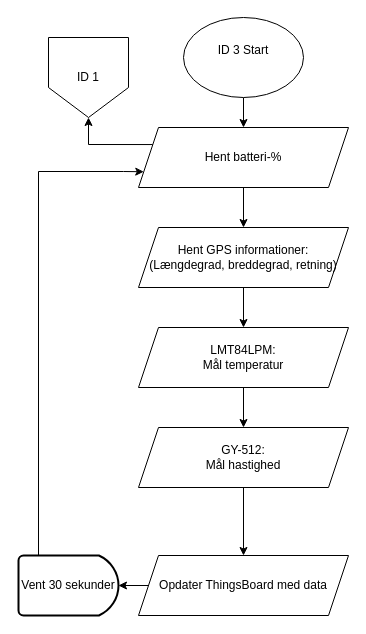
Earlier version of the draw.io diagram ID 03, P1/ID3 V1 Data til Thingsboard.drawio (KEA-E24-B9-IOT1/E24-B9-IoT1). Source tidied: cells renumbered, new cells numbered last; positions are measured from the earlier drawing's top-left corner, leaving out a move shared by most shapes. Both pictures are drawn from the tidied source at 100%, with x=0, y=0 at pixel (18, 17).
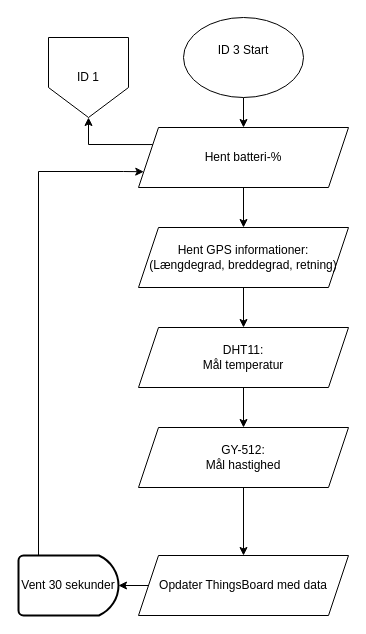
The same page after the edit.

Commit message:
Opdateret temperatursensor

What changed in the source:
```diff
@@
 <mxGraphModel>
   <root>
     <mxCell id="0" />
     <mxCell id="1" parent="0" />
     <mxCell id="2" style="edgeStyle=orthogonalEdgeStyle;rounded=0;jettySize=auto;html=1;" parent="1" edge="1" source="3" target="5">
       <mxGeometry relative="1" as="geometry" />
     </mxCell>
     <mxCell id="3" value="ID 3 Start&lt;div&gt;&lt;br&gt;&lt;/div&gt;" style="ellipse;whiteSpace=wrap;html=1;" parent="1" vertex="1">
       <mxGeometry x="165" width="120" height="80" as="geometry" />
     </mxCell>
     <mxCell id="4" style="edgeStyle=orthogonalEdgeStyle;rounded=0;jettySize=auto;html=1;exitX=0;exitY=0.25;exitDx=0;exitDy=0;entryX=0.5;entryY=1;entryDx=0;entryDy=0;" parent="1" edge="1" source="5" target="9">
       <mxGeometry relative="1" as="geometry" />
     </mxCell>
     <mxCell id="5" value="Hent batteri-%" style="shape=parallelogram;perimeter=parallelogramPerimeter;whiteSpace=wrap;html=1;fixedSize=1;rounded=0;" parent="1" vertex="1">
       <mxGeometry x="120" y="110" width="210" height="60" as="geometry" />
     </mxCell>
     <mxCell id="6" style="edgeStyle=orthogonalEdgeStyle;rounded=0;jettySize=auto;html=1;entryX=0;entryY=0.75;entryDx=0;entryDy=0;exitX=0.4;exitY=0;exitDx=0;exitDy=0;exitPerimeter=0;" parent="1" edge="1" target="5">
       <mxGeometry relative="1" as="geometry">
         <mxPoint x="20" y="548" as="sourcePoint" />
         <Array as="points">
           <mxPoint x="20" y="154" />
           <mxPoint x="105" y="154" />
         </Array>
       </mxGeometry>
     </mxCell>
     <mxCell id="7" style="edgeStyle=orthogonalEdgeStyle;rounded=0;jettySize=auto;html=1;" parent="1" edge="1" source="8" target="13">
       <mxGeometry relative="1" as="geometry" />
     </mxCell>
-    <mxCell id="8" value="&lt;div&gt;LMT84LPM:&lt;/div&gt;&lt;div&gt;Mål temperatur&lt;br&gt;&lt;/div&gt;" style="shape=parallelogram;perimeter=parallelogramPerimeter;whiteSpace=wrap;html=1;fixedSize=1;rounded=0;" parent="1" vertex="1">
+    <mxCell id="8" value="&lt;div&gt;DHT11:&lt;/div&gt;&lt;div&gt;Mål temperatur&lt;br&gt;&lt;/div&gt;" style="shape=parallelogram;perimeter=parallelogramPerimeter;whiteSpace=wrap;html=1;fixedSize=1;rounded=0;" parent="1" vertex="1">
       <mxGeometry x="120" y="310" width="210" height="60" as="geometry" />
     </mxCell>
     <mxCell id="9" value="ID 1" style="shape=offPageConnector;whiteSpace=wrap;html=1;" parent="1" vertex="1">
       <mxGeometry x="30" y="20" width="80" height="80" as="geometry" />
     </mxCell>
     <mxCell id="10" style="edgeStyle=orthogonalEdgeStyle;rounded=0;jettySize=auto;html=1;" parent="1" edge="1" source="11" target="8">
       <mxGeometry relative="1" as="geometry" />
     </mxCell>
     <mxCell id="11" value="Hent GPS informationer:&lt;br&gt;(Længdegrad, breddegrad, retning)" style="shape=parallelogram;perimeter=parallelogramPerimeter;whiteSpace=wrap;html=1;fixedSize=1;" parent="1" vertex="1">
       <mxGeometry x="120" y="210" width="210" height="60" as="geometry" />
     </mxCell>
     <mxCell id="12" style="edgeStyle=orthogonalEdgeStyle;rounded=0;jettySize=auto;html=1;exitX=0.5;exitY=1;exitDx=0;exitDy=0;entryX=0.5;entryY=0;entryDx=0;entryDy=0;" parent="1" edge="1" source="13" target="16">
       <mxGeometry relative="1" as="geometry" />
     </mxCell>
     <mxCell id="13" value="GY-512:&lt;br&gt;Mål hastighed" style="shape=parallelogram;perimeter=parallelogramPerimeter;whiteSpace=wrap;html=1;fixedSize=1;rounded=0;" parent="1" vertex="1">
       <mxGeometry x="120" y="410" width="210" height="60" as="geometry" />
     </mxCell>
     <mxCell id="14" value="Vent 30 sekunder" style="strokeWidth=2;html=1;shape=mxgraph.flowchart.delay;whiteSpace=wrap;" parent="1" vertex="1">
       <mxGeometry y="538" width="100" height="60" as="geometry" />
     </mxCell>
     <mxCell id="15" style="edgeStyle=orthogonalEdgeStyle;rounded=0;jettySize=auto;html=1;" parent="1" edge="1" source="5" target="11">
       <mxGeometry relative="1" as="geometry" />
     </mxCell>
     <mxCell id="16" value="Opdater ThingsBoard med data" style="shape=parallelogram;perimeter=parallelogramPerimeter;whiteSpace=wrap;html=1;fixedSize=1;rounded=0;" parent="1" vertex="1">
       <mxGeometry x="120" y="538" width="210" height="60" as="geometry" />
     </mxCell>
     <mxCell id="17" style="edgeStyle=orthogonalEdgeStyle;rounded=0;jettySize=auto;html=1;exitX=0;exitY=0.5;exitDx=0;exitDy=0;entryX=1;entryY=0.5;entryDx=0;entryDy=0;entryPerimeter=0;" parent="1" edge="1" source="16" target="14">
       <mxGeometry relative="1" as="geometry" />
     </mxCell>
   </root>
 </mxGraphModel>
```
